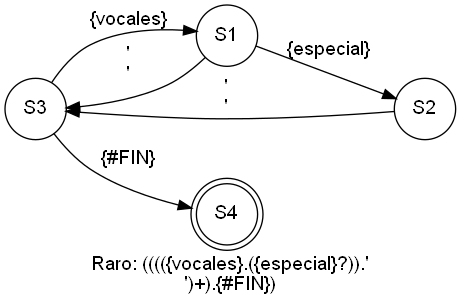
This is AFD_202004765/AFD_Raro.png from PikaGuty/OLC1_Proyecto1_202004765, a Graphviz export, as it was before one commit. Its source is kept beside it as AFD_202004765/AFD_Raro.dot. Source of this version:
```dot
digraph finite_state_machine {
	fontname="Helvetica,Arial,sans-serif"
       label="Raro: (((({vocales}.({especial}?)).'\n')+).{#FIN})"	node [fontname="Helvetica,Arial,sans-serif"]
	edge [fontname="Helvetica,Arial,sans-serif"]
	rankdir=LR;
	size="8,5";
       node [shape = doublecircle]; S4;
	node [shape = circle];S1 -> S2 [label = "{especial}"];
S1 -> S3 [label = "'\n'"];
S2 -> S3 [label = "'\n'"];
S3 -> S1 [label = "{vocales}"];
S3 -> S4 [label = "{#FIN}"];
}
```
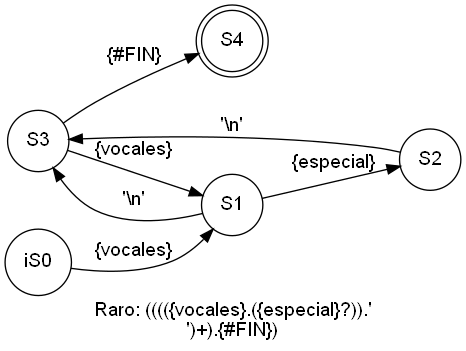
After the change.

The edit, as a diff of the source:
```diff
@@ -5,9 +5,10 @@
 	rankdir=LR;
 	size="8,5";
        node [shape = doublecircle]; S4;
-	node [shape = circle];S1 -> S2 [label = "{especial}"];
-S1 -> S3 [label = "'\n'"];
-S2 -> S3 [label = "'\n'"];
+	node [shape = circle];iS0 -> S1 [label = "{vocales}"];
+S1 -> S2 [label = "{especial}"];
+S1 -> S3 [label = "'\\n'"];
+S2 -> S3 [label = "'\\n'"];
 S3 -> S1 [label = "{vocales}"];
 S3 -> S4 [label = "{#FIN}"];
 }
```
